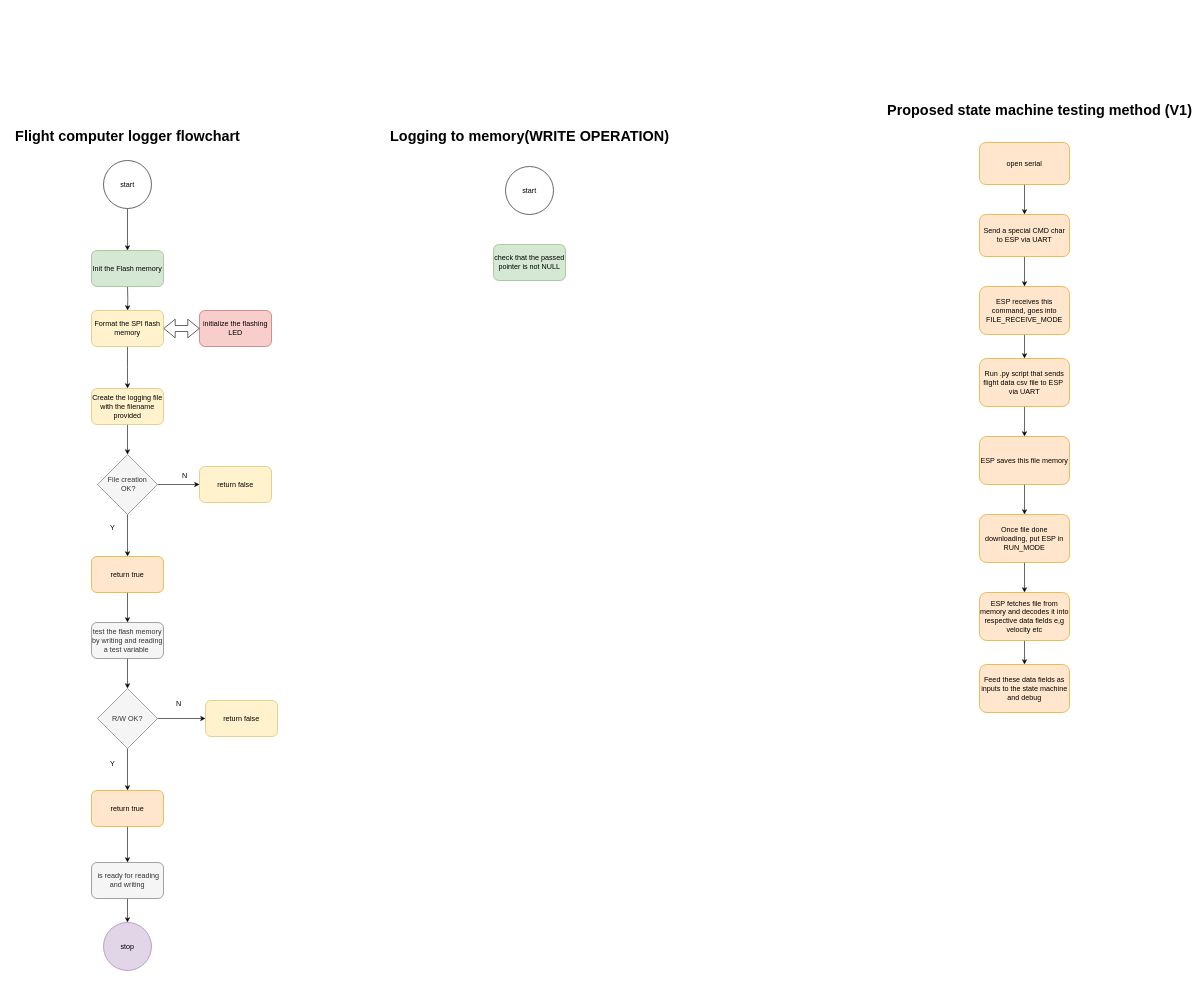
nakujaproject/N4-Recovery keeps this draw.io diagram as flight-software/FlightSoftware-N4-main/conceptual-design/onboard-logger-flowchart.drawio. Above is the earlier version. Source tidied: cells renumbered, new cells numbered last; positions are measured from the earlier drawing's top-left corner, leaving out a move shared by most shapes. Both pictures are drawn from the tidied source at 60%, with x=0, y=0 at pixel (91, 106).
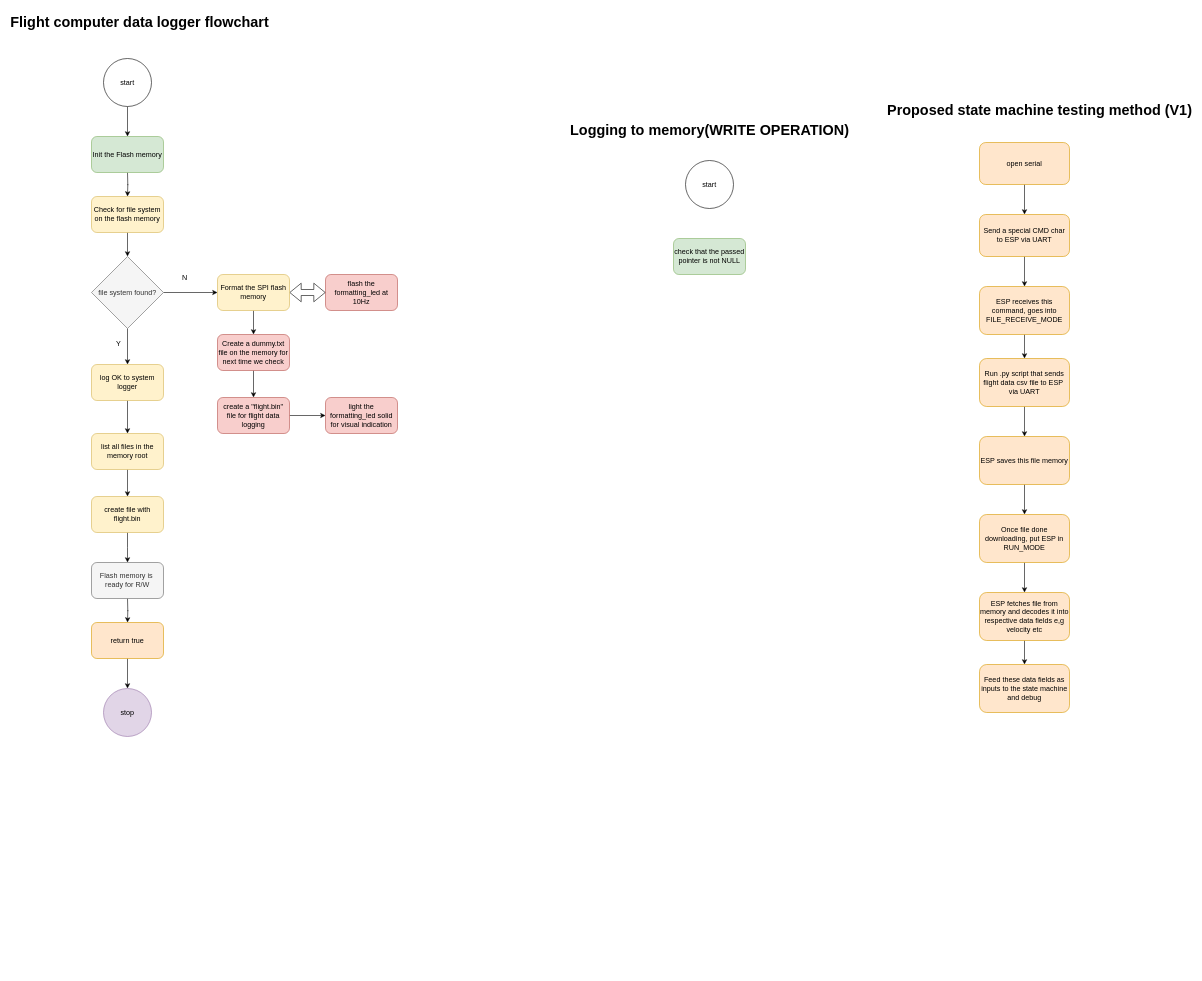
The same page after the edit.

Commit message (it also covers changes not shown here):
adds logger flowchart

Change to the diagram source:
```diff
@@
-    <mxCell id="2" style="edgeStyle=orthogonalEdgeStyle;rounded=0;jettySize=auto;html=1;entryX=0.5;entryY=0;entryDx=0;entryDy=0;" parent="1" edge="1" target="5">
+    <mxCell id="2" style="edgeStyle=orthogonalEdgeStyle;rounded=0;orthogonalLoop=1;jettySize=auto;html=1;entryX=0.5;entryY=0;entryDx=0;entryDy=0;" parent="1" edge="1">
       <mxGeometry relative="1" as="geometry">
-        <mxPoint x="60" y="300" as="sourcePoint" />
+        <mxPoint x="60" y="110" as="sourcePoint" />
+        <mxPoint x="60" y="150" as="targetPoint" />
       </mxGeometry>
     </mxCell>
-    <mxCell id="3" value="Flight computer logger flowchart" style="text;strokeColor=none;fillColor=none;html=1;fontSize=24;fontStyle=1;verticalAlign=middle;align=center;" parent="1" vertex="1">
-      <mxGeometry x="10" y="30" width="100" height="40" as="geometry" />
+    <mxCell id="3" value="Flight computer data logger flowchart" style="text;strokeColor=none;fillColor=none;html=1;fontSize=24;fontStyle=1;verticalAlign=middle;align=center;" parent="1" vertex="1">
+      <mxGeometry x="30" y="-160" width="100" height="40" as="geometry" />
     </mxCell>
-    <mxCell id="4" style="edgeStyle=orthogonalEdgeStyle;rounded=0;jettySize=auto;html=1;entryX=0.5;entryY=0;entryDx=0;entryDy=0;" parent="1" edge="1" source="5">
-      <mxGeometry relative="1" as="geometry">
-        <mxPoint x="60" y="470" as="targetPoint" />
-      </mxGeometry>
-    </mxCell>
-    <mxCell id="5" value="Format the SPI flash memory" style="rounded=1;whiteSpace=wrap;html=1;fillColor=#fff2cc;strokeColor=#d6b656;" parent="1" vertex="1">
-      <mxGeometry y="340" width="120" height="60" as="geometry" />
-    </mxCell>
-    <mxCell id="6" style="edgeStyle=orthogonalEdgeStyle;rounded=0;jettySize=auto;html=1;entryX=0.5;entryY=0;entryDx=0;entryDy=0;" parent="1" edge="1" source="7" target="10">
-      <mxGeometry relative="1" as="geometry" />
-    </mxCell>
+    <mxCell id="53" style="edgeStyle=orthogonalEdgeStyle;rounded=0;jettySize=auto;html=1;" parent="1" edge="1" source="7" target="69">
+      <mxGeometry relative="1" as="geometry" />
+    </mxCell>
-    <mxCell id="7" value="Create the logging file with the filename provided" style="rounded=1;whiteSpace=wrap;html=1;fillColor=#fff2cc;strokeColor=#d6b656;" parent="1" vertex="1">
-      <mxGeometry y="470" width="120" height="60" as="geometry" />
+    <mxCell id="7" value="log OK to system logger" style="rounded=1;whiteSpace=wrap;html=1;fillColor=#fff2cc;strokeColor=#d6b656;" parent="1" vertex="1">
+      <mxGeometry y="430" width="120" height="60" as="geometry" />
     </mxCell>
-    <mxCell id="8" style="edgeStyle=orthogonalEdgeStyle;rounded=0;jettySize=auto;html=1;entryX=0.5;entryY=0;entryDx=0;entryDy=0;" parent="1" edge="1" source="10" target="13">
-      <mxGeometry relative="1" as="geometry" />
-    </mxCell>
-    <mxCell id="9" style="edgeStyle=orthogonalEdgeStyle;rounded=0;jettySize=auto;html=1;entryX=0;entryY=0.5;entryDx=0;entryDy=0;" parent="1" edge="1" source="10" target="11">
-      <mxGeometry relative="1" as="geometry" />
-    </mxCell>
-    <mxCell id="10" value="File creation&lt;br&gt;&amp;nbsp;OK?" style="rhombus;whiteSpace=wrap;html=1;fillColor=#f5f5f5;fontColor=#333333;strokeColor=#666666;" parent="1" vertex="1">
-      <mxGeometry x="10" y="580" width="100" height="100" as="geometry" />
-    </mxCell>
+    <mxCell id="54" style="edgeStyle=orthogonalEdgeStyle;rounded=0;jettySize=auto;html=1;" parent="1" edge="1" source="11">
+      <mxGeometry relative="1" as="geometry">
+        <mxPoint x="60" y="760" as="targetPoint" />
+      </mxGeometry>
+    </mxCell>
-    <mxCell id="11" value="return false" style="rounded=1;whiteSpace=wrap;html=1;fillColor=#fff2cc;strokeColor=#d6b656;" parent="1" vertex="1">
-      <mxGeometry x="180" y="600" width="120" height="60" as="geometry" />
+    <mxCell id="11" value="create file with flight.bin" style="rounded=1;whiteSpace=wrap;html=1;fillColor=#fff2cc;strokeColor=#d6b656;" parent="1" vertex="1">
+      <mxGeometry y="650" width="120" height="60" as="geometry" />
     </mxCell>
-    <mxCell id="12" style="edgeStyle=orthogonalEdgeStyle;rounded=0;jettySize=auto;html=1;" parent="1" edge="1" source="13" target="17">
-      <mxGeometry relative="1" as="geometry" />
+    <mxCell id="12" style="edgeStyle=orthogonalEdgeStyle;rounded=0;orthogonalLoop=1;jettySize=auto;html=1;" parent="1" edge="1">
+      <mxGeometry relative="1" as="geometry">
+        <mxPoint x="60" y="820" as="sourcePoint" />
+        <mxPoint x="60" y="860" as="targetPoint" />
+      </mxGeometry>
     </mxCell>
-    <mxCell id="13" value="return true" style="rounded=1;whiteSpace=wrap;html=1;fillColor=#ffe6cc;strokeColor=#d79b00;" parent="1" vertex="1">
-      <mxGeometry y="750" width="120" height="60" as="geometry" />
-    </mxCell>
-    <mxCell id="14" value="Y" style="text;html=1;align=center;verticalAlign=middle;strokeColor=none;fillColor=none;" parent="1" vertex="1">
-      <mxGeometry x="20" y="688" width="30" height="30" as="geometry" />
-    </mxCell>
-    <mxCell id="15" value="N" style="text;html=1;align=center;verticalAlign=middle;strokeColor=none;fillColor=none;" parent="1" vertex="1">
-      <mxGeometry x="140" y="600" width="30" height="30" as="geometry" />
-    </mxCell>
-    <mxCell id="16" style="edgeStyle=orthogonalEdgeStyle;rounded=0;jettySize=auto;html=1;entryX=0.5;entryY=0;entryDx=0;entryDy=0;" parent="1" edge="1" source="17" target="20">
-      <mxGeometry relative="1" as="geometry" />
+    <mxCell id="16" style="edgeStyle=orthogonalEdgeStyle;rounded=0;orthogonalLoop=1;jettySize=auto;html=1;entryX=0.5;entryY=0;entryDx=0;entryDy=0;" parent="1" edge="1">
+      <mxGeometry relative="1" as="geometry">
+        <mxPoint x="60" y="920" as="sourcePoint" />
+        <mxPoint x="60" y="970" as="targetPoint" />
+      </mxGeometry>
     </mxCell>
-    <mxCell id="17" value="test the flash memory&lt;br&gt;by writing and reading a test variable&amp;nbsp;" style="rounded=1;whiteSpace=wrap;html=1;fillColor=#f5f5f5;strokeColor=#666666;fontColor=#333333;" parent="1" vertex="1">
-      <mxGeometry y="860" width="120" height="60" as="geometry" />
-    </mxCell>
-    <mxCell id="18" style="edgeStyle=orthogonalEdgeStyle;rounded=0;jettySize=auto;html=1;" parent="1" edge="1" source="20" target="21">
-      <mxGeometry relative="1" as="geometry" />
-    </mxCell>
-    <mxCell id="19" style="edgeStyle=orthogonalEdgeStyle;rounded=0;jettySize=auto;html=1;entryX=0.5;entryY=0;entryDx=0;entryDy=0;" parent="1" edge="1" source="20" target="30">
-      <mxGeometry relative="1" as="geometry" />
-    </mxCell>
-    <mxCell id="20" value="R/W OK?" style="rhombus;whiteSpace=wrap;html=1;fillColor=#f5f5f5;fontColor=#333333;strokeColor=#666666;" parent="1" vertex="1">
-      <mxGeometry x="10" y="970" width="100" height="100" as="geometry" />
-    </mxCell>
-    <mxCell id="21" value="return false" style="rounded=1;whiteSpace=wrap;html=1;fillColor=#fff2cc;strokeColor=#d6b656;" parent="1" vertex="1">
-      <mxGeometry x="190" y="990" width="120" height="60" as="geometry" />
-    </mxCell>
-    <mxCell id="22" value="N" style="text;html=1;align=center;verticalAlign=middle;strokeColor=none;fillColor=none;" parent="1" vertex="1">
-      <mxGeometry x="130" y="980" width="30" height="30" as="geometry" />
-    </mxCell>
-    <mxCell id="23" value="Y" style="text;html=1;align=center;verticalAlign=middle;strokeColor=none;fillColor=none;" parent="1" vertex="1">
-      <mxGeometry x="20" y="1080" width="30" height="30" as="geometry" />
-    </mxCell>
@@
     <mxCell id="25" value="start" style="ellipse;whiteSpace=wrap;html=1;" parent="1" vertex="1">
-      <mxGeometry x="20" y="90" width="80" height="80" as="geometry" />
+      <mxGeometry x="20" y="-80" width="80" height="80" as="geometry" />
     </mxCell>
     <mxCell id="26" value="Init the Flash memory" style="rounded=1;whiteSpace=wrap;html=1;fillColor=#d5e8d4;strokeColor=#82b366;" parent="1" vertex="1">
-      <mxGeometry y="240" width="120" height="60" as="geometry" />
+      <mxGeometry y="50" width="120" height="60" as="geometry" />
     </mxCell>
-    <mxCell id="27" value="initialize the flashing LED" style="rounded=1;whiteSpace=wrap;html=1;fillColor=#f8cecc;strokeColor=#b85450;" parent="1" vertex="1">
-      <mxGeometry x="180" y="340" width="120" height="60" as="geometry" />
+    <mxCell id="27" value="flash the formatting_led at 10Hz" style="rounded=1;whiteSpace=wrap;html=1;fillColor=#f8cecc;strokeColor=#b85450;" parent="1" vertex="1">
+      <mxGeometry x="390" y="280" width="120" height="60" as="geometry" />
     </mxCell>
-    <mxCell id="28" style="shape=flexArrow;endArrow=classic;startArrow=classic;html=1;rounded=0;exitX=1;exitY=0.5;exitDx=0;exitDy=0;entryX=0;entryY=0.5;entryDx=0;entryDy=0;" parent="1" edge="1" source="5" target="27">
-      <mxGeometry relative="1" as="geometry" />
+    <mxCell id="28" style="shape=flexArrow;endArrow=classic;startArrow=classic;html=1;rounded=0;exitX=1;exitY=0.5;exitDx=0;exitDy=0;entryX=0;entryY=0.5;entryDx=0;entryDy=0;" parent="1" edge="1" target="27">
+      <mxGeometry relative="1" as="geometry">
+        <mxPoint x="330" y="310" as="sourcePoint" />
+      </mxGeometry>
     </mxCell>
-    <mxCell id="29" style="edgeStyle=orthogonalEdgeStyle;rounded=0;jettySize=auto;html=1;" parent="1" edge="1" source="30" target="32">
-      <mxGeometry relative="1" as="geometry" />
-    </mxCell>
-    <mxCell id="30" value="return true" style="rounded=1;whiteSpace=wrap;html=1;fillColor=#ffe6cc;strokeColor=#d79b00;" parent="1" vertex="1">
-      <mxGeometry y="1140" width="120" height="60" as="geometry" />
-    </mxCell>
-    <mxCell id="31" style="edgeStyle=orthogonalEdgeStyle;rounded=0;jettySize=auto;html=1;" parent="1" edge="1" source="32" target="33">
-      <mxGeometry relative="1" as="geometry" />
-    </mxCell>
-    <mxCell id="32" value="&amp;nbsp;is ready for reading and writing" style="rounded=1;whiteSpace=wrap;html=1;fillColor=#f5f5f5;strokeColor=#666666;fontColor=#333333;" parent="1" vertex="1">
-      <mxGeometry y="1260" width="120" height="60" as="geometry" />
-    </mxCell>
     <mxCell id="33" value="stop" style="ellipse;whiteSpace=wrap;html=1;fillColor=#e1d5e7;strokeColor=#9673a6;" parent="1" vertex="1">
-      <mxGeometry x="20" y="1360" width="80" height="80" as="geometry" />
+      <mxGeometry x="20" y="970" width="80" height="80" as="geometry" />
     </mxCell>
     <mxCell id="34" value="Logging to memory(WRITE OPERATION)" style="text;strokeColor=none;fillColor=none;html=1;fontSize=24;fontStyle=1;verticalAlign=middle;align=center;" parent="1" vertex="1">
-      <mxGeometry x="680" y="30" width="100" height="40" as="geometry" />
+      <mxGeometry x="980" y="20" width="100" height="40" as="geometry" />
     </mxCell>
     <mxCell id="35" value="start" style="ellipse;whiteSpace=wrap;html=1;" parent="1" vertex="1">
-      <mxGeometry x="690" y="100" width="80" height="80" as="geometry" />
+      <mxGeometry x="990" y="90" width="80" height="80" as="geometry" />
     </mxCell>
     <mxCell id="36" value="check that the passed pointer is not NULL" style="rounded=1;whiteSpace=wrap;html=1;fillColor=#d5e8d4;strokeColor=#82b366;" parent="1" vertex="1">
-      <mxGeometry x="670" y="230" width="120" height="60" as="geometry" />
+      <mxGeometry x="970" y="220" width="120" height="60" as="geometry" />
     </mxCell>
@@
+    <mxCell id="55" style="edgeStyle=orthogonalEdgeStyle;rounded=0;jettySize=auto;html=1;" parent="1" edge="1" source="5" target="64">
+      <mxGeometry relative="1" as="geometry" />
+    </mxCell>
+    <mxCell id="5" value="Format the SPI flash memory" style="rounded=1;whiteSpace=wrap;html=1;fillColor=#fff2cc;strokeColor=#d6b656;" parent="1" vertex="1">
+      <mxGeometry x="210" y="280" width="120" height="60" as="geometry" />
+    </mxCell>
+    <mxCell id="56" style="edgeStyle=orthogonalEdgeStyle;rounded=0;jettySize=auto;html=1;" parent="1" edge="1" source="58" target="5">
+      <mxGeometry relative="1" as="geometry" />
+    </mxCell>
+    <mxCell id="57" style="edgeStyle=orthogonalEdgeStyle;rounded=0;jettySize=auto;html=1;" parent="1" edge="1" source="58" target="7">
+      <mxGeometry relative="1" as="geometry" />
+    </mxCell>
+    <mxCell id="58" value="file system found?" style="rhombus;whiteSpace=wrap;html=1;fillColor=#f5f5f5;fontColor=#333333;strokeColor=#666666;" parent="1" vertex="1">
+      <mxGeometry y="250" width="120" height="120" as="geometry" />
+    </mxCell>
+    <mxCell id="59" style="edgeStyle=orthogonalEdgeStyle;rounded=0;jettySize=auto;html=1;" parent="1" edge="1" source="60" target="58">
+      <mxGeometry relative="1" as="geometry" />
+    </mxCell>
+    <mxCell id="60" value="Check for file system on the flash memory" style="rounded=1;whiteSpace=wrap;html=1;fillColor=#fff2cc;strokeColor=#d6b656;" parent="1" vertex="1">
+      <mxGeometry y="150" width="120" height="60" as="geometry" />
+    </mxCell>
+    <mxCell id="61" value="N" style="text;html=1;align=center;verticalAlign=middle;strokeColor=none;fillColor=none;" parent="1" vertex="1">
+      <mxGeometry x="140" y="270" width="30" height="30" as="geometry" />
+    </mxCell>
+    <mxCell id="62" value="Y" style="text;html=1;align=center;verticalAlign=middle;strokeColor=none;fillColor=none;" parent="1" vertex="1">
+      <mxGeometry x="30" y="380" width="30" height="30" as="geometry" />
+    </mxCell>
+    <mxCell id="63" style="edgeStyle=orthogonalEdgeStyle;rounded=0;jettySize=auto;html=1;" parent="1" edge="1" source="64" target="66">
+      <mxGeometry relative="1" as="geometry" />
+    </mxCell>
+    <mxCell id="64" value="Create a dummy.txt file on the memory for next time we check" style="rounded=1;whiteSpace=wrap;html=1;fillColor=#f8cecc;strokeColor=#b85450;" parent="1" vertex="1">
+      <mxGeometry x="210" y="380" width="120" height="60" as="geometry" />
+    </mxCell>
+    <mxCell id="65" style="edgeStyle=orthogonalEdgeStyle;rounded=0;jettySize=auto;html=1;" parent="1" edge="1" source="66" target="67">
+      <mxGeometry relative="1" as="geometry" />
+    </mxCell>
+    <mxCell id="66" value="create a &quot;flight.bin&quot; file for flight data logging" style="rounded=1;whiteSpace=wrap;html=1;fillColor=#f8cecc;strokeColor=#b85450;" parent="1" vertex="1">
+      <mxGeometry x="210" y="485" width="120" height="60" as="geometry" />
+    </mxCell>
+    <mxCell id="67" value="light the formatting_led solid for visual indication" style="rounded=1;whiteSpace=wrap;html=1;fillColor=#f8cecc;strokeColor=#b85450;" parent="1" vertex="1">
+      <mxGeometry x="390" y="485" width="120" height="60" as="geometry" />
+    </mxCell>
+    <mxCell id="68" style="edgeStyle=orthogonalEdgeStyle;rounded=0;jettySize=auto;html=1;" parent="1" edge="1" source="69" target="11">
+      <mxGeometry relative="1" as="geometry" />
+    </mxCell>
+    <mxCell id="69" value="list all files in the memory root" style="rounded=1;whiteSpace=wrap;html=1;fillColor=#fff2cc;strokeColor=#d6b656;" parent="1" vertex="1">
+      <mxGeometry y="545" width="120" height="60" as="geometry" />
+    </mxCell>
+    <mxCell id="70" value="return true" style="rounded=1;whiteSpace=wrap;html=1;fillColor=#ffe6cc;strokeColor=#d79b00;" parent="1" vertex="1">
+      <mxGeometry y="860" width="120" height="60" as="geometry" />
+    </mxCell>
+    <mxCell id="71" value="Flash memory is&amp;nbsp; ready for R/W" style="rounded=1;whiteSpace=wrap;html=1;fillColor=#f5f5f5;strokeColor=#666666;fontColor=#333333;" parent="1" vertex="1">
+      <mxGeometry y="760" width="120" height="60" as="geometry" />
+    </mxCell>
```
